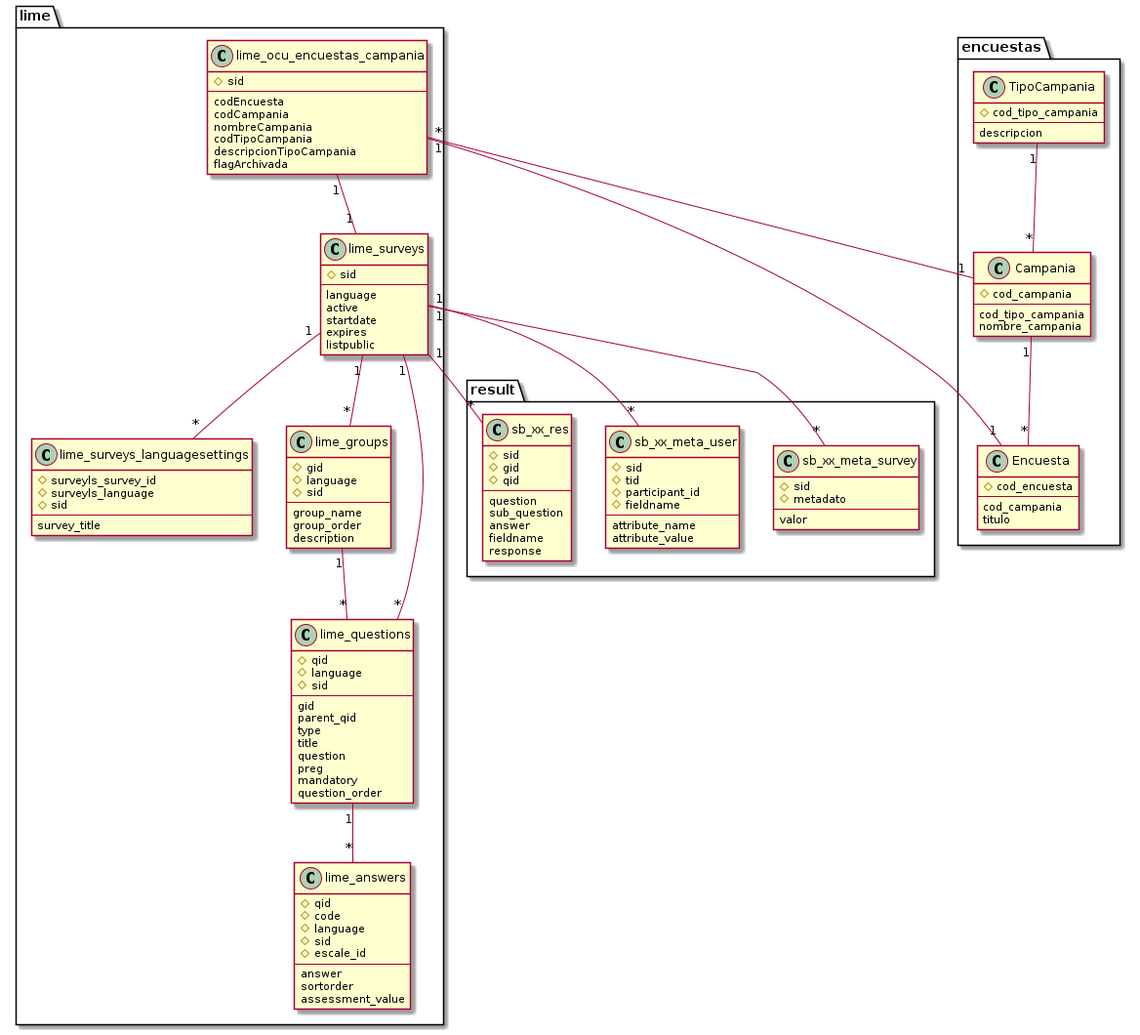
dsm9/TreballFiMaster keeps this PlantUML diagram as plantuml/lime2.png. Above is the earlier version.
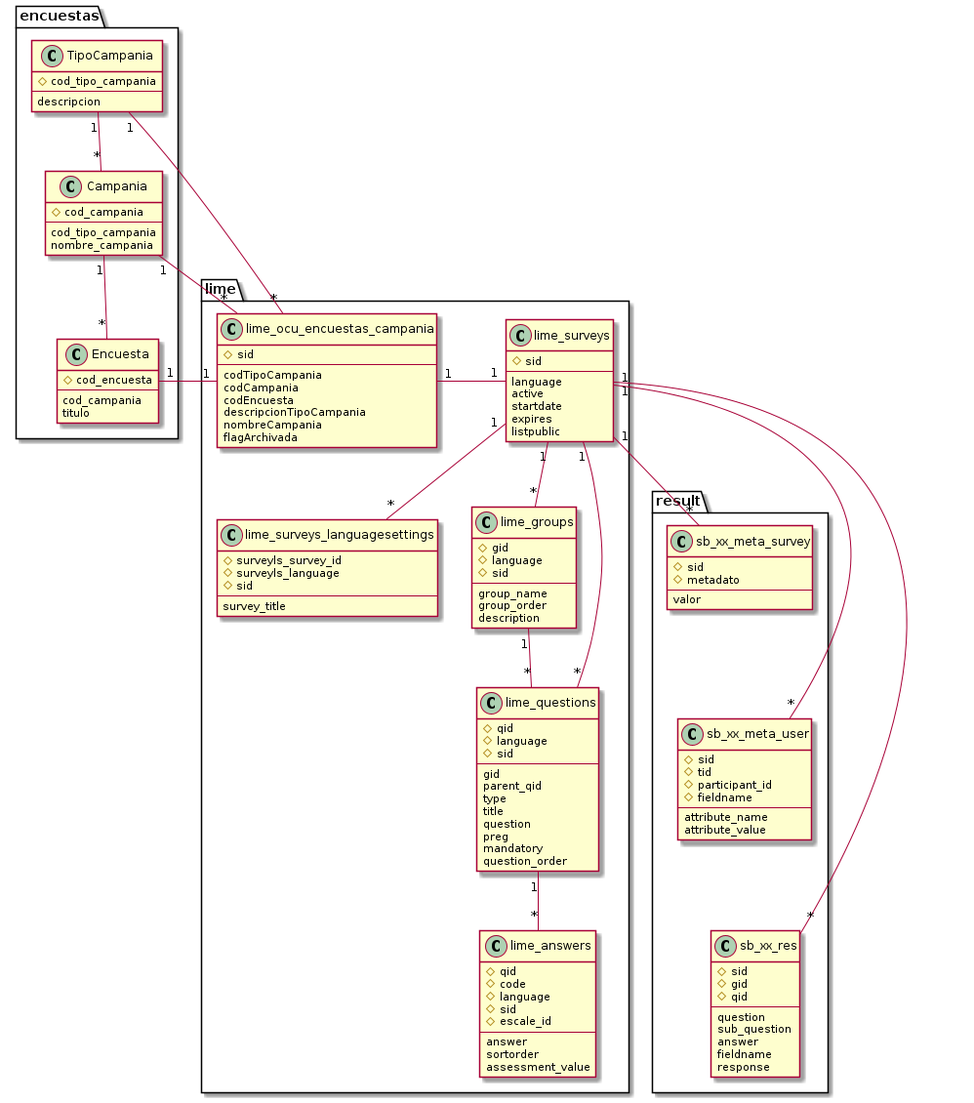
The same diagram one commit later.

What changed in the source:
```diff
@@ -1,22 +1,39 @@
 @startuml
 
-package lime {
-	class lime_surveys_languagesettings {
-		#surveyls_survey_id
-		#surveyls_language
-		#sid
+package encuestas {
+	class TipoCampania {
+		#cod_tipo_campania
 		--
-		survey_title
+		descripcion
 	}
 
+	class Campania {
+		#cod_campania
+		--
+		cod_tipo_campania
+		nombre_campania
+	}
+
+	class Encuesta {
+		#cod_encuesta
+		--
+		cod_campania
+		titulo
+	}
+
+	TipoCampania "1"--"*" Campania
+	Campania "1"--"*" Encuesta
+}
+
+package lime {
 	class lime_ocu_encuestas_campania {
 		#sid
 		--
+		codTipoCampania
+		codCampania
 		codEncuesta
-		codCampania
+		descripcionTipoCampania
 		nombreCampania
-		codTipoCampania
-		descripcionTipoCampania
 		flagArchivada
 	}
 
@@ -28,6 +45,14 @@
 		startdate
 		expires
 		listpublic
+	}
+
+	class lime_surveys_languagesettings {
+		#surveyls_survey_id
+		#surveyls_language
+		#sid
+		--
+		survey_title
 	}
 
 	class lime_groups {
@@ -66,7 +91,7 @@
 		sortorder
 		assessment_value
 	}
-	lime_ocu_encuestas_campania "1"--"1" lime_surveys
+	lime_ocu_encuestas_campania "1"-right-"1" lime_surveys
 	lime_surveys "1"--"*" lime_surveys_languagesettings
 	lime_surveys "1"--"*" lime_groups
 	lime_surveys "1"--"*" lime_questions
@@ -75,30 +100,6 @@
 
 }
 
-package encuestas {
-	class TipoCampania {
-		#cod_tipo_campania
-		--
-		descripcion
-	}
-
-	class Campania {
-		#cod_campania
-		--
-		cod_tipo_campania
-		nombre_campania
-	}
-
-	class Encuesta {
-		#cod_encuesta
-		--
-		cod_campania
-		titulo
-	}
-
-	TipoCampania "1"--"*" Campania
-	Campania "1"--"*" Encuesta
-}
 
 package result {
 	class sb_xx_meta_survey {
@@ -129,10 +130,14 @@
 		fieldname
 		response
 	}
+
+	sb_xx_meta_survey -[hidden]- sb_xx_meta_user
+	sb_xx_meta_user -[hidden]- sb_xx_res
 }
 
-lime_ocu_encuestas_campania "*"--"1" Campania
-lime_ocu_encuestas_campania "1"--"1" Encuesta
+TipoCampania "1"--"*" lime_ocu_encuestas_campania
+Campania "1"--"*" lime_ocu_encuestas_campania
+Encuesta "1"-right-"1" lime_ocu_encuestas_campania
 lime_surveys "1"--"*" sb_xx_meta_survey
 lime_surveys "1"--"*" sb_xx_meta_user
 lime_surveys "1"--"*" sb_xx_res
```
